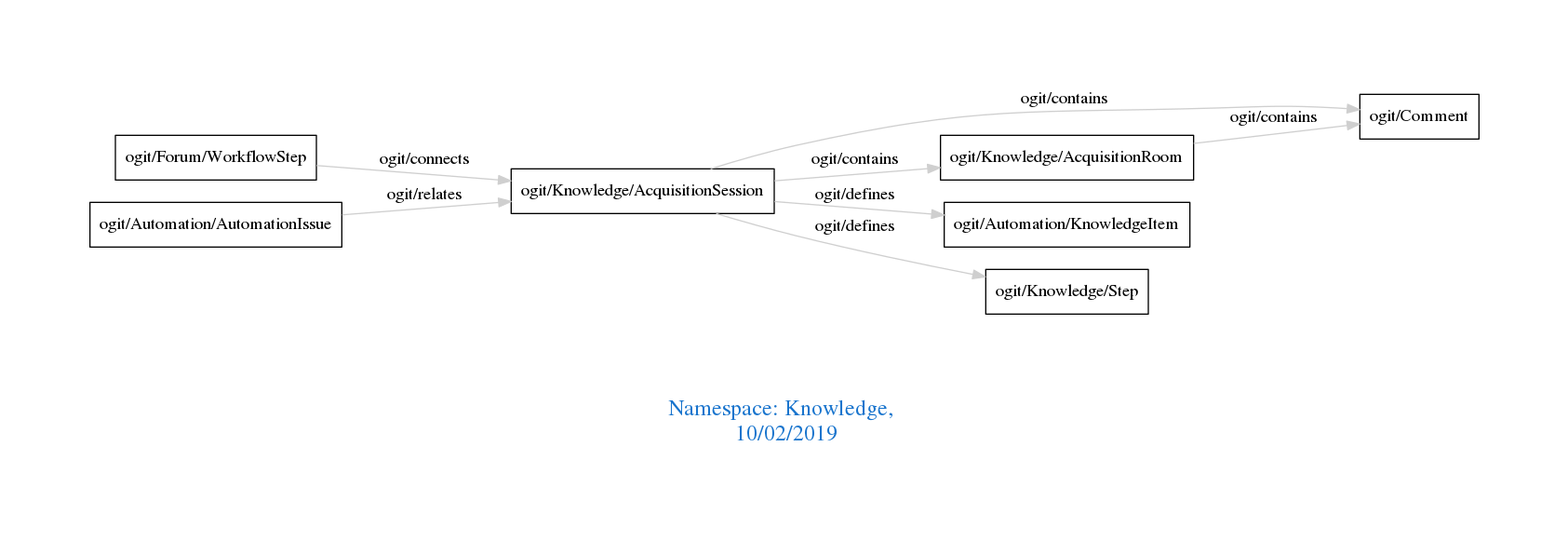
arago/OGIT keeps this Graphviz diagram as downloads/Knowledge.png. Above is the earlier version. Its source is kept beside it as downloads/Knowledge.dot.
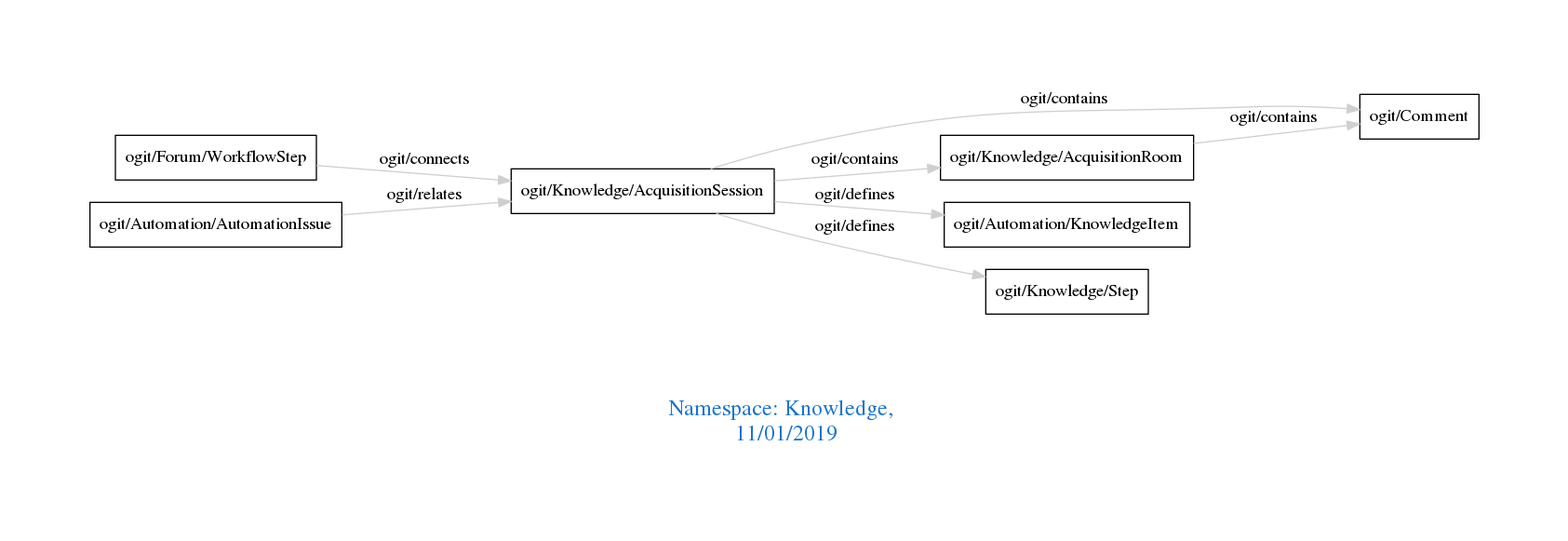
After the change.

The edit, as a diff of the source:
```diff
@@ -1,7 +1,7 @@
 digraph OGIT_ontology {
  graph [ rankdir= LR,pad=1
 fontsize = 18,
-fontcolor= dodgerblue3,label = "\n\n\nNamespace: Knowledge, \n 10/02/2019"];
+fontcolor= dodgerblue3,label = "\n\n\nNamespace: Knowledge, \n 11/01/2019"];
 node[shape=polygon];
 edge [  color="gray81"];
 
```
